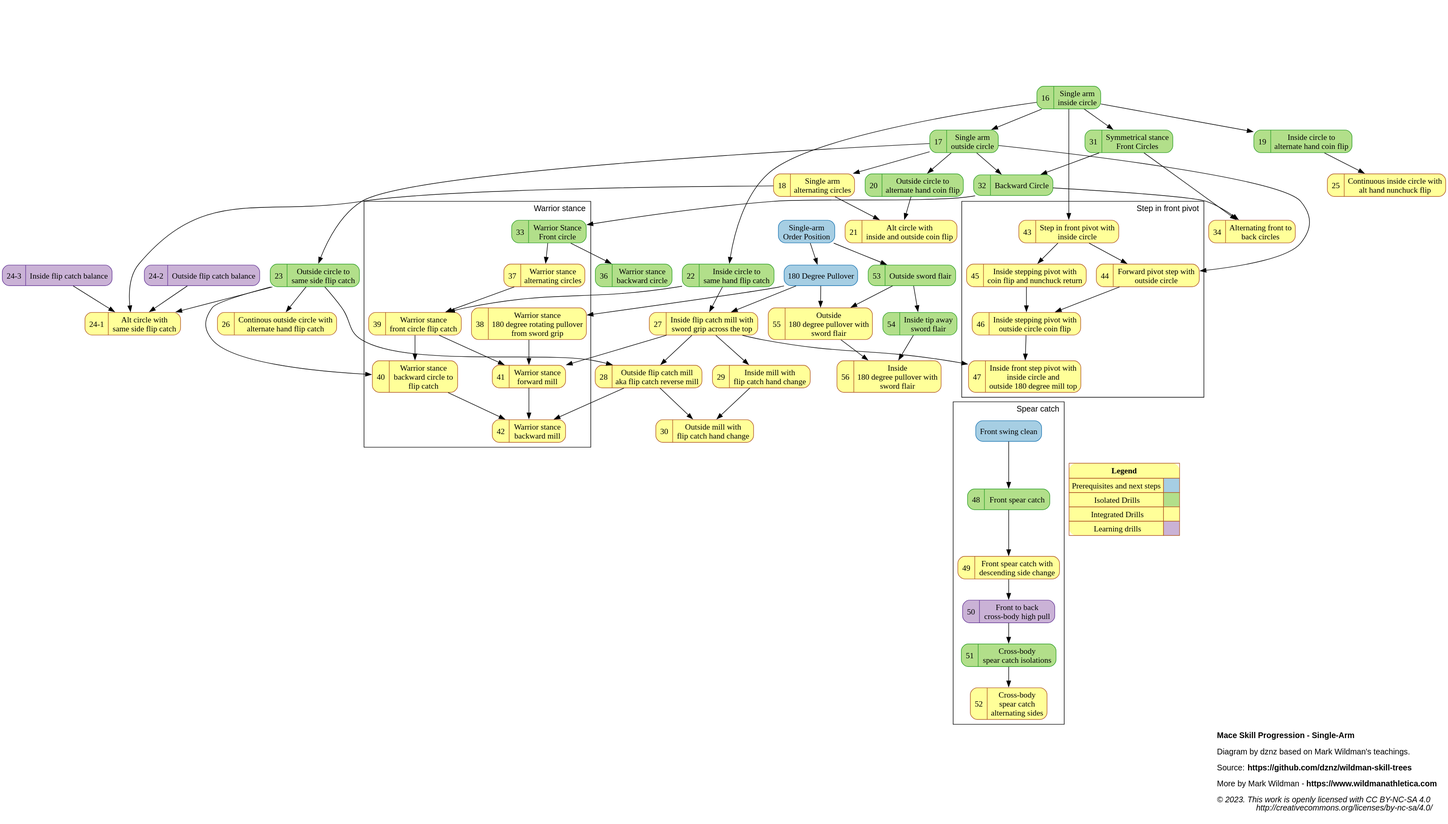
dznz/wildman-skill-trees keeps this PlantUML diagram as dist/mace_progression_sa.svg. Above is the earlier version. Its source is kept beside it as src/mace/mace_progression_sa.puml.
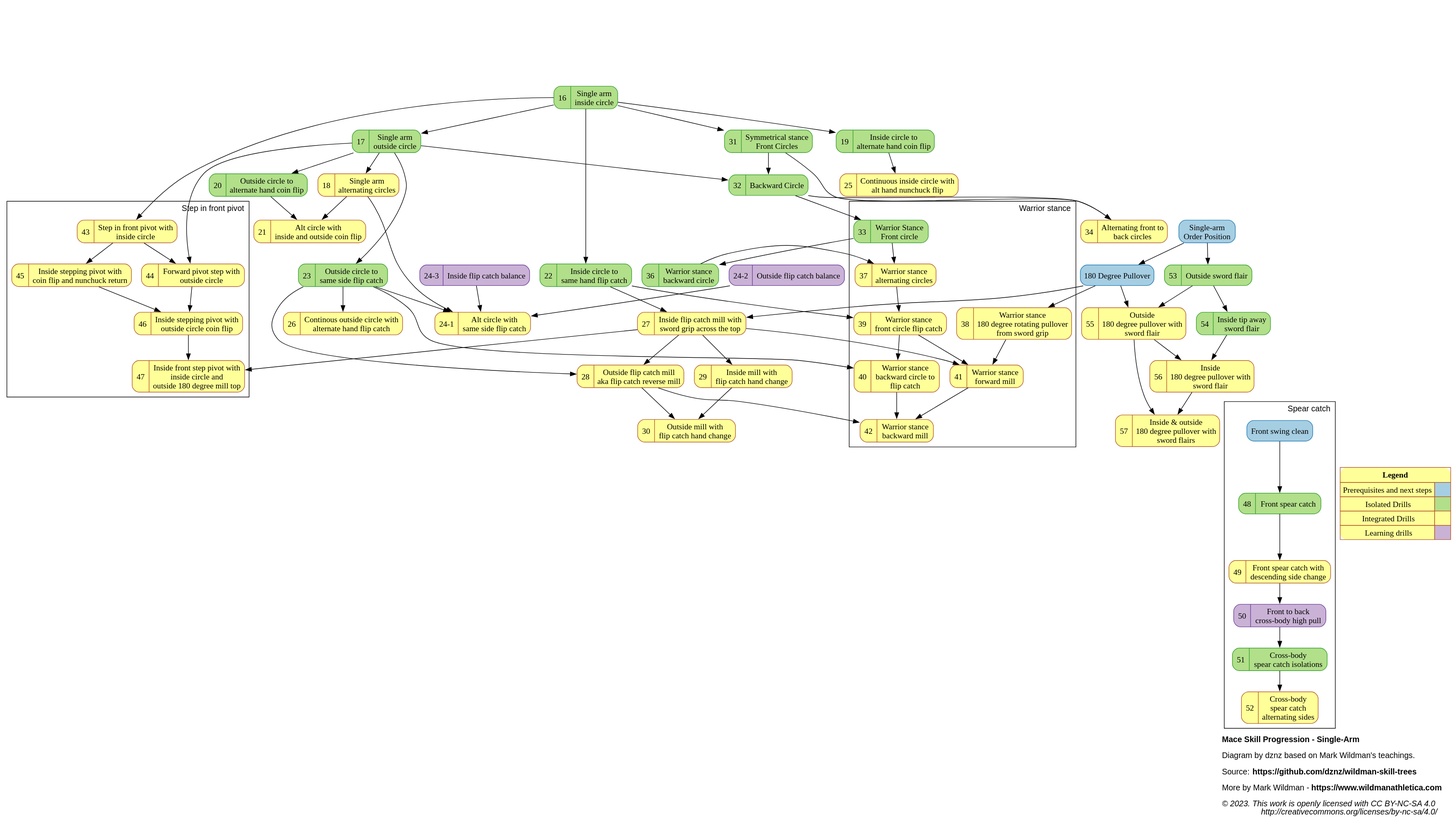
After the change.

Commit message:
feat(mace_progression): add M-57

Change to the diagram source:
```diff
@@ -82,9 +82,10 @@
 mov_52_altxbodspear            [label="{{52  |Cross-body\nspear catch\nalternating sides}}"                                   URL="https://www.youtube.com/watch?v=-Z8YfWYfepQ" ];
 mov_53_outswordflair           [label="{{53  |Outside sword flair}}"                                                          URL="https://www.youtube.com/watch?v=HxItsGvz-e4" ];
 
-mov_54_inswordflair            [label="{{54  |Inside tip away\nsword flair}}"                   URL="https://www.youtube.com/watch?v=8I7KaLuNaEs" ];
-mov_55_out180pullwflair        [label="{{55  |Outside\n180 degree pullover with\nsword flair}}" URL="https://www.youtube.com/watch?v=hh3393-eXrs" ];
-mov_56_in180pullwflair         [label="{{56  |Inside\n180 degree pullover with\nsword flair}}"  URL="https://www.youtube.com/watch?v=Sqw6YyBTgOQ" ];
+mov_54_inswordflair            [label="{{54  |Inside tip away\nsword flair}}"                             URL="https://www.youtube.com/watch?v=8I7KaLuNaEs" ];
+mov_55_out180pullwflair        [label="{{55  |Outside\n180 degree pullover with\nsword flair}}"           URL="https://www.youtube.com/watch?v=hh3393-eXrs" ];
+mov_56_in180pullwflair         [label="{{56  |Inside\n180 degree pullover with\nsword flair}}"            URL="https://www.youtube.com/watch?v=Sqw6YyBTgOQ" ];
+mov_57_alt180pullwflair        [label="{{57  |Inside & outside\n180 degree pullover with\nsword flairs}}" URL="https://www.youtube.com/watch?v=XriSUPQ4Ql4" ];
 
     // Precursor
     ext_180pull -> mov_27_inflip180pull
@@ -160,6 +161,7 @@
 
     {ext_180pull, mov_53_outswordflair} -> mov_55_out180pullwflair
     {mov_55_out180pullwflair, mov_54_inswordflair} -> mov_56_in180pullwflair
+    {mov_55_out180pullwflair, mov_56_in180pullwflair} -> mov_57_alt180pullwflair
 
     {rank=same;mov_23_outcircle2sameflip;mov_36_warbkcircle}
 
```
